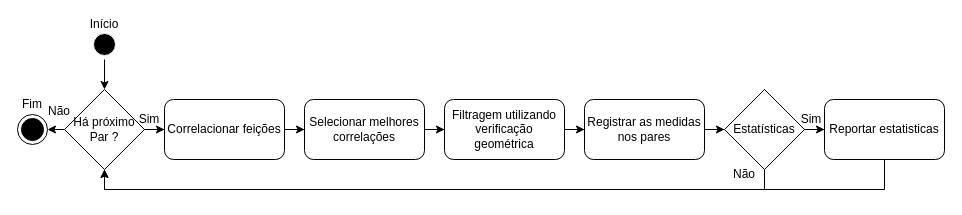
The draw.io diagram page "Fluxo_Pares" (4 of 6) of Final_Diagrams.drawio in tatorj/Tcc, before the edit. Source tidied: cells renumbered, new cells numbered last; positions are measured from the earlier drawing's top-left corner, leaving out a move shared by most shapes. Both pictures are drawn from the tidied source at 100%, with x=0, y=0 at pixel (17, 19).
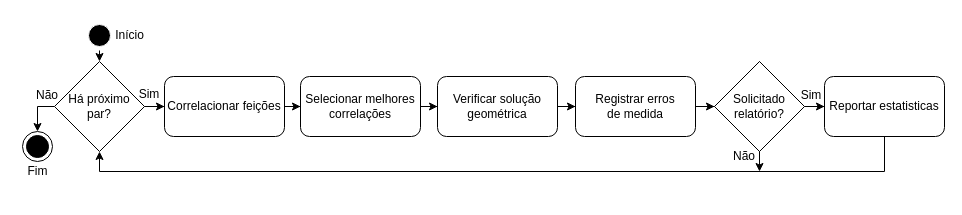
Above is the later version.

Change to the diagram source:
```diff
@@
-    <mxCell id="3" style="edgeStyle=orthogonalEdgeStyle;rounded=0;jettySize=auto;html=1;exitX=0;exitY=0.5;exitDx=0;exitDy=0;entryX=1;entryY=0.5;entryDx=0;entryDy=0;" parent="1" edge="1" source="4" target="22">
+    <mxCell id="3" style="edgeStyle=orthogonalEdgeStyle;rounded=0;jettySize=auto;html=1;exitX=0;exitY=0.5;exitDx=0;exitDy=0;entryX=0.5;entryY=0;entryDx=0;entryDy=0;" parent="1" edge="1" source="4" target="22">
       <mxGeometry relative="1" as="geometry" />
     </mxCell>
-    <mxCell id="4" value="Há próximo Par ?" style="rhombus;whiteSpace=wrap;html=1;" parent="1" vertex="1">
-      <mxGeometry x="47" y="70" width="80" height="80" as="geometry" />
+    <mxCell id="4" value="Há próximo &lt;br&gt;par?" style="rhombus;whiteSpace=wrap;html=1;flipH=1;" parent="1" vertex="1">
+      <mxGeometry x="37" y="42" width="90" height="90" as="geometry" />
     </mxCell>
@@
-    <mxCell id="6" value="Correlacionar feições" style="rounded=1;whiteSpace=wrap;html=1;" parent="1" vertex="1">
-      <mxGeometry x="147" y="80" width="120" height="60" as="geometry" />
+    <mxCell id="6" value="Correlacionar feições" style="rounded=1;whiteSpace=wrap;html=1;flipH=1;" parent="1" vertex="1">
+      <mxGeometry x="147" y="57" width="120" height="60" as="geometry" />
     </mxCell>
@@
-    <mxCell id="8" value="Selecionar melhores correlações" style="whiteSpace=wrap;html=1;rounded=1;" parent="1" vertex="1">
-      <mxGeometry x="287" y="80" width="120" height="60" as="geometry" />
+    <mxCell id="8" value="Selecionar melhores correlações" style="whiteSpace=wrap;html=1;rounded=1;flipH=1;" parent="1" vertex="1">
+      <mxGeometry x="283" y="57" width="120" height="60" as="geometry" />
     </mxCell>
@@
-    <mxCell id="10" value="Filtragem utilizando verificação geométrica" style="whiteSpace=wrap;html=1;rounded=1;" parent="1" vertex="1">
-      <mxGeometry x="427" y="80" width="120" height="60" as="geometry" />
+    <mxCell id="10" value="Verificar solução geométrica" style="whiteSpace=wrap;html=1;rounded=1;flipH=1;" parent="1" vertex="1">
+      <mxGeometry x="420" y="57" width="120" height="60" as="geometry" />
     </mxCell>
     <mxCell id="11" value="Não" style="text;html=1;strokeColor=none;fillColor=none;align=center;verticalAlign=middle;whiteSpace=wrap;rounded=0;" parent="1" vertex="1">
-      <mxGeometry x="697" y="140" width="60" height="30" as="geometry" />
+      <mxGeometry x="697" y="122" width="60" height="30" as="geometry" />
     </mxCell>
@@
-    <mxCell id="13" value="Registrar as medidas nos pares" style="rounded=1;whiteSpace=wrap;html=1;" parent="1" vertex="1">
-      <mxGeometry x="567" y="80" width="120" height="60" as="geometry" />
+    <mxCell id="13" value="Registrar erros&lt;br&gt;de medida" style="rounded=1;whiteSpace=wrap;html=1;flipH=1;" parent="1" vertex="1">
+      <mxGeometry x="558" y="57" width="120" height="60" as="geometry" />
     </mxCell>
@@
-    <mxCell id="15" style="edgeStyle=orthogonalEdgeStyle;rounded=0;jettySize=auto;html=1;exitX=0.5;exitY=0;exitDx=0;exitDy=0;entryX=0.5;entryY=1;entryDx=0;entryDy=0;" parent="1" edge="1" source="16" target="4">
+    <mxCell id="15" style="rounded=0;jettySize=auto;html=1;exitX=0.5;exitY=0;exitDx=0;exitDy=0;" parent="1" edge="1" source="16">
       <mxGeometry relative="1" as="geometry">
-        <Array as="points">
-          <mxPoint x="747" y="170" />
-          <mxPoint x="87" y="170" />
-        </Array>
+        <mxPoint x="742" y="152" as="targetPoint" />
       </mxGeometry>
     </mxCell>
-    <mxCell id="16" value="Estatísticas" style="rhombus;whiteSpace=wrap;html=1;" parent="1" vertex="1">
-      <mxGeometry x="707" y="70" width="80" height="80" as="geometry" />
+    <mxCell id="16" value="Solicitado&lt;br&gt;relatório?" style="rhombus;whiteSpace=wrap;html=1;flipH=1;" parent="1" vertex="1">
+      <mxGeometry x="697" y="42" width="90" height="90" as="geometry" />
     </mxCell>
     <mxCell id="17" value="Sim" style="text;html=1;strokeColor=none;fillColor=none;align=center;verticalAlign=middle;whiteSpace=wrap;rounded=0;" parent="1" vertex="1">
-      <mxGeometry x="764" y="85" width="60" height="30" as="geometry" />
+      <mxGeometry x="764" y="61" width="60" height="30" as="geometry" />
     </mxCell>
     <mxCell id="18" style="edgeStyle=orthogonalEdgeStyle;rounded=0;jettySize=auto;html=1;exitX=0.5;exitY=0;exitDx=0;exitDy=0;entryX=0.5;entryY=1;entryDx=0;entryDy=0;" parent="1" edge="1" source="19" target="4">
       <mxGeometry relative="1" as="geometry">
         <Array as="points">
-          <mxPoint x="867" y="170" />
-          <mxPoint x="87" y="170" />
+          <mxPoint x="867" y="152" />
+          <mxPoint x="82" y="152" />
         </Array>
       </mxGeometry>
     </mxCell>
-    <mxCell id="19" value="Reportar estatisticas" style="rounded=1;whiteSpace=wrap;html=1;" parent="1" vertex="1">
-      <mxGeometry x="807" y="80" width="120" height="60" as="geometry" />
+    <mxCell id="19" value="Reportar estatisticas" style="rounded=1;whiteSpace=wrap;html=1;flipH=1;" parent="1" vertex="1">
+      <mxGeometry x="807" y="57" width="120" height="60" as="geometry" />
     </mxCell>
-    <mxCell id="20" style="edgeStyle=orthogonalEdgeStyle;rounded=0;jettySize=auto;html=1;" parent="1" edge="1" source="21" target="4">
-      <mxGeometry relative="1" as="geometry" />
-    </mxCell>
     <mxCell id="21" style="ellipse;html=1;shape=startState;fillColor=#000000;strokeColor=#FFFFFF;" parent="1" vertex="1">
-      <mxGeometry x="72" y="10" width="30" height="30" as="geometry" />
+      <mxGeometry x="67" y="1" width="30" height="30" as="geometry" />
     </mxCell>
     <mxCell id="22" style="ellipse;html=1;shape=endState;fillColor=#000000;strokeColor=#000000;" parent="1" vertex="1">
-      <mxGeometry y="95" width="30" height="30" as="geometry" />
+      <mxGeometry x="5" y="112" width="30" height="30" as="geometry" />
     </mxCell>
     <mxCell id="23" value="Sim" style="text;html=1;strokeColor=none;fillColor=none;align=center;verticalAlign=middle;whiteSpace=wrap;rounded=0;" parent="1" vertex="1">
-      <mxGeometry x="102" y="85" width="60" height="30" as="geometry" />
+      <mxGeometry x="102" y="60" width="60" height="30" as="geometry" />
     </mxCell>
     <mxCell id="24" value="Não" style="text;html=1;strokeColor=none;fillColor=none;align=center;verticalAlign=middle;whiteSpace=wrap;rounded=0;" parent="1" vertex="1">
-      <mxGeometry x="12" y="77" width="60" height="30" as="geometry" />
+      <mxGeometry y="61" width="60" height="30" as="geometry" />
     </mxCell>
-    <mxCell id="25" value="Início" style="text;html=1;strokeColor=none;fillColor=none;align=center;verticalAlign=middle;whiteSpace=wrap;rounded=0;" parent="1" vertex="1">
-      <mxGeometry x="72" width="30" height="10" as="geometry" />
+    <mxCell id="25" value="Início" style="text;html=1;align=center;verticalAlign=middle;strokeColor=none;fillColor=none;fontSize=12;" parent="1" vertex="1">
+      <mxGeometry x="92" y="6" width="40" height="20" as="geometry" />
     </mxCell>
-    <mxCell id="26" value="Fim" style="text;html=1;strokeColor=none;fillColor=none;align=center;verticalAlign=middle;whiteSpace=wrap;rounded=0;" parent="1" vertex="1">
-      <mxGeometry x="5" y="80" width="20" height="10" as="geometry" />
+    <mxCell id="26" value="Fim" style="text;html=1;align=center;verticalAlign=middle;strokeColor=none;fillColor=none;fontSize=12;" parent="1" vertex="1">
+      <mxGeometry y="142" width="40" height="20" as="geometry" />
     </mxCell>
+    <mxCell id="20" style="rounded=0;jettySize=auto;html=1;" parent="1" edge="1" source="21" target="4">
+      <mxGeometry relative="1" as="geometry" />
+    </mxCell>
```
